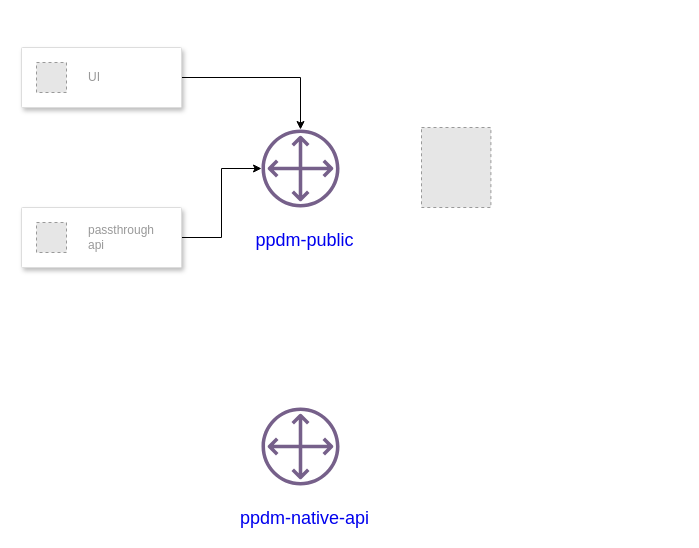
The draw.io diagram st/Gateways.drawio in gaivin/drawio, before the edit. Source tidied: cells renumbered, new cells numbered last; positions are measured from the earlier drawing's top-left corner, leaving out a move shared by most shapes. Both pictures are drawn from the tidied source at 100%, with x=0, y=0 at pixel (21, 47). Pictures stored in the file or linked from it are replaced by grey dashed boxes.
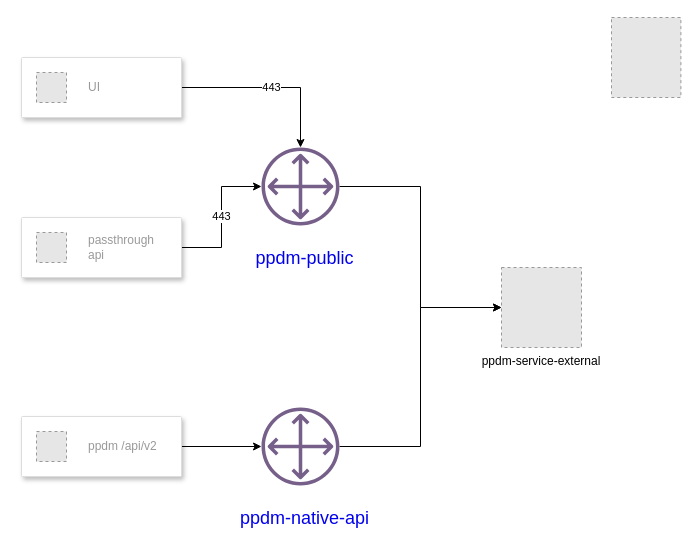
After the change.

Change to the diagram source:
```diff
@@
 <mxGraphModel>
   <root>
     <mxCell id="0" />
     <mxCell id="1" parent="0" />
+    <mxCell id="11" style="edgeStyle=orthogonalEdgeStyle;rounded=0;jettySize=auto;html=1;entryX=0;entryY=0.5;entryDx=0;entryDy=0;" parent="1" edge="1" source="2" target="13">
+      <mxGeometry relative="1" as="geometry" />
+    </mxCell>
     <mxCell id="2" value="&lt;br&gt;&lt;div style=&quot;color: rgb(255, 255, 255); display: flex; font-size: 18px; padding: 2px 0px 0px 8px; flex: 1 1 auto; box-sizing: border-box;&quot; class=&quot;kd-breadcrumbs-container kd-accent&quot;&gt;&lt;div class=&quot;ng-star-inserted&quot;&gt;&lt;a style=&quot;text-decoration-line: none;&quot; href=&quot;https://10.198.27.99/#/customresourcedefinition/virtualservices.networking.istio.io/ppdm/ppdm-public?namespace=ppdm&quot;&gt;ppdm-public&lt;/a&gt;&lt;/div&gt;&lt;div&gt;&lt;br&gt;&lt;/div&gt;&lt;/div&gt;&lt;div style=&quot;flex-direction: row; box-sizing: border-box; display: flex;&quot; class=&quot;kd-actionbar&quot;&gt;&lt;/div&gt;" style="sketch=0;outlineConnect=0;fillColor=#76608a;strokeColor=#432D57;dashed=0;verticalLabelPosition=bottom;verticalAlign=top;align=center;html=1;fontSize=12;fontStyle=0;shape=mxgraph.aws4.customer_gateway;fontColor=#ffffff;" parent="1" vertex="1">
-      <mxGeometry x="240" y="82" width="78" height="78" as="geometry" />
+      <mxGeometry x="240" y="100" width="78" height="78" as="geometry" />
     </mxCell>
     <mxCell id="3" style="fillColor=#E6E6E6;strokeColor=#999999;dashed=1;verticalLabelPosition=bottom;labelBackgroundColor=default;verticalAlign=top;" parent="1" vertex="1">
-      <mxGeometry x="400" y="80" width="69.4" height="80" as="geometry" />
+      <mxGeometry x="590" y="-30" width="69.4" height="80" as="geometry" />
     </mxCell>
-    <mxCell id="4" style="edgeStyle=orthogonalEdgeStyle;rounded=0;jettySize=auto;html=1;exitX=1;exitY=0.5;exitDx=0;exitDy=0;" parent="1" edge="1" source="5" target="2">
+    <mxCell id="4" value="443" style="edgeStyle=orthogonalEdgeStyle;rounded=0;jettySize=auto;html=1;exitX=1;exitY=0.5;exitDx=0;exitDy=0;" parent="1" edge="1" source="5" target="2">
       <mxGeometry relative="1" as="geometry" />
     </mxCell>
     <mxCell id="5" style="strokeColor=#dddddd;shadow=1;strokeWidth=1;rounded=1;absoluteArcSize=1;arcSize=2;" parent="1" vertex="1">
-      <mxGeometry width="160" height="60" as="geometry" />
+      <mxGeometry y="10" width="160" height="60" as="geometry" />
     </mxCell>
     <mxCell id="6" value="UI" style="fillColor=#E6E6E6;strokeColor=#999999;dashed=1;html=1;fontColor=#999999;verticalLabelPosition=middle;labelBackgroundColor=#ffffff;verticalAlign=middle;labelPosition=right;align=left;spacingLeft=20;" parent="5" vertex="1">
       <mxGeometry width="30" height="30" relative="1" as="geometry">
         <mxPoint x="15" y="15" as="offset" />
       </mxGeometry>
     </mxCell>
-    <mxCell id="7" style="edgeStyle=orthogonalEdgeStyle;rounded=0;jettySize=auto;html=1;exitX=1;exitY=0.5;exitDx=0;exitDy=0;" parent="1" edge="1" source="8" target="2">
+    <mxCell id="7" value="443" style="edgeStyle=orthogonalEdgeStyle;rounded=0;jettySize=auto;html=1;exitX=1;exitY=0.5;exitDx=0;exitDy=0;" parent="1" edge="1" source="8" target="2">
       <mxGeometry relative="1" as="geometry" />
     </mxCell>
     <mxCell id="8" style="strokeColor=#dddddd;shadow=1;strokeWidth=1;rounded=1;absoluteArcSize=1;arcSize=2;" parent="1" vertex="1">
-      <mxGeometry y="160" width="160" height="60" as="geometry" />
+      <mxGeometry y="170" width="160" height="60" as="geometry" />
     </mxCell>
     <mxCell id="9" value="passthrough&lt;br&gt;api" style="fillColor=#E6E6E6;strokeColor=#999999;dashed=1;html=1;fontColor=#999999;verticalLabelPosition=middle;labelBackgroundColor=#ffffff;verticalAlign=middle;labelPosition=right;align=left;spacingLeft=20;" parent="8" vertex="1">
       <mxGeometry width="30" height="30" relative="1" as="geometry">
         <mxPoint x="15" y="15" as="offset" />
       </mxGeometry>
     </mxCell>
+    <mxCell id="12" style="edgeStyle=orthogonalEdgeStyle;rounded=0;jettySize=auto;html=1;entryX=0;entryY=0.5;entryDx=0;entryDy=0;" parent="1" edge="1" source="10" target="13">
+      <mxGeometry relative="1" as="geometry" />
+    </mxCell>
     <mxCell id="10" value="&lt;br&gt;&lt;div style=&quot;color: rgb(255, 255, 255); display: flex; font-size: 18px; padding: 2px 0px 0px 8px; flex: 1 1 auto; box-sizing: border-box;&quot; class=&quot;kd-breadcrumbs-container kd-accent&quot;&gt;&lt;div class=&quot;ng-star-inserted&quot;&gt;&lt;a style=&quot;text-decoration-line: none;&quot; href=&quot;https://10.198.27.99/#/customresourcedefinition/virtualservices.networking.istio.io/ppdm/ppdm-native-api?namespace=ppdm&quot;&gt;ppdm-native-api&lt;/a&gt;&lt;/div&gt;&lt;div&gt;&lt;br&gt;&lt;/div&gt;&lt;/div&gt;&lt;div style=&quot;flex-direction: row; box-sizing: border-box; display: flex;&quot; class=&quot;kd-actionbar&quot;&gt;&lt;/div&gt;&lt;div class=&quot;kd-actionbar&quot; style=&quot;flex-direction: row; box-sizing: border-box; display: flex;&quot;&gt;&lt;/div&gt;" style="sketch=0;outlineConnect=0;fillColor=#76608a;strokeColor=#432D57;dashed=0;verticalLabelPosition=bottom;verticalAlign=top;align=center;html=1;fontSize=12;fontStyle=0;shape=mxgraph.aws4.customer_gateway;fontColor=#ffffff;" parent="1" vertex="1">
       <mxGeometry x="240" y="360" width="78" height="78" as="geometry" />
     </mxCell>
+    <mxCell id="13" value="ppdm-service-external" style="fillColor=#E6E6E6;strokeColor=#999999;dashed=1;verticalLabelPosition=bottom;verticalAlign=top;" parent="1" vertex="1">
+      <mxGeometry x="480" y="220" width="80" height="80" as="geometry" />
+    </mxCell>
+    <mxCell id="14" style="edgeStyle=orthogonalEdgeStyle;rounded=0;jettySize=auto;html=1;exitX=1;exitY=0.5;exitDx=0;exitDy=0;" parent="1" edge="1" source="15" target="10">
+      <mxGeometry relative="1" as="geometry" />
+    </mxCell>
+    <mxCell id="15" style="strokeColor=#dddddd;shadow=1;strokeWidth=1;rounded=1;absoluteArcSize=1;arcSize=2;" parent="1" vertex="1">
+      <mxGeometry y="369" width="160" height="60" as="geometry" />
+    </mxCell>
+    <mxCell id="16" value="ppdm /api/v2" style="fillColor=#E6E6E6;strokeColor=#999999;dashed=1;html=1;fontColor=#999999;verticalLabelPosition=middle;labelBackgroundColor=#ffffff;verticalAlign=middle;labelPosition=right;align=left;spacingLeft=20;" parent="15" vertex="1">
+      <mxGeometry width="30" height="30" relative="1" as="geometry">
+        <mxPoint x="15" y="15" as="offset" />
+      </mxGeometry>
+    </mxCell>
   </root>
 </mxGraphModel>
```
